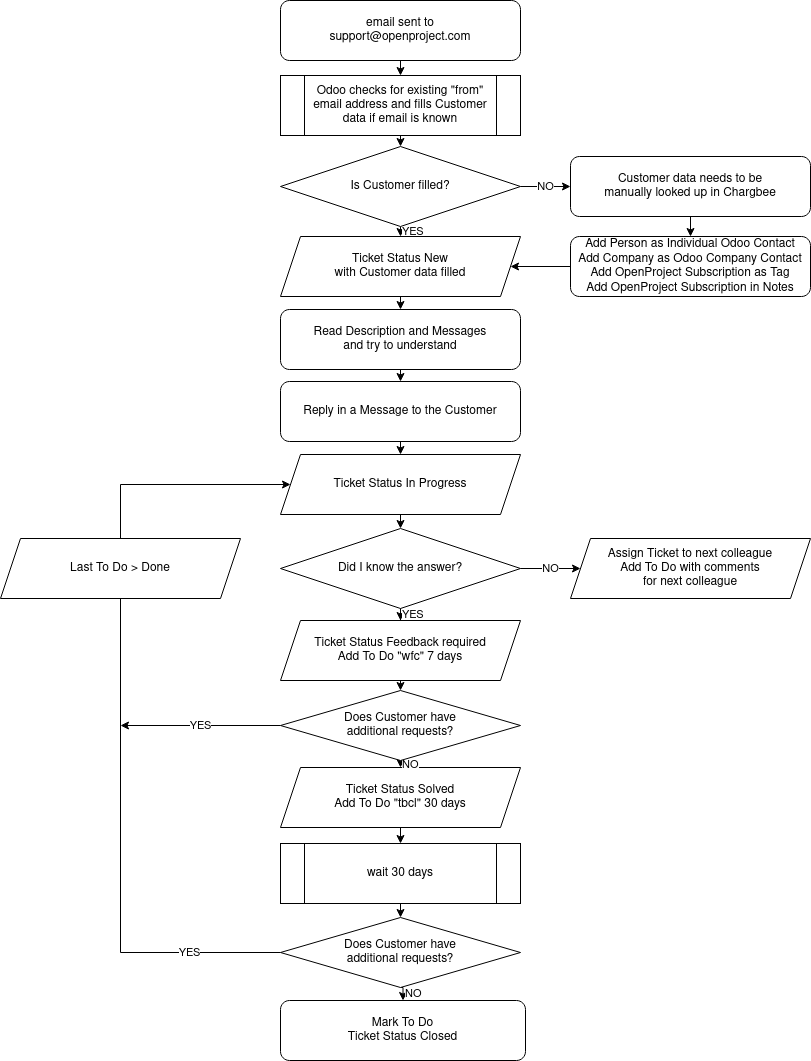
The draw.io diagram ticket-creation-by-email.drawio.png in adam-op/op-draw-io-storage, before a commit. Source tidied: cells renumbered, new cells last; positions are measured from the earlier drawing's top-left corner, leaving out a move shared by most shapes.
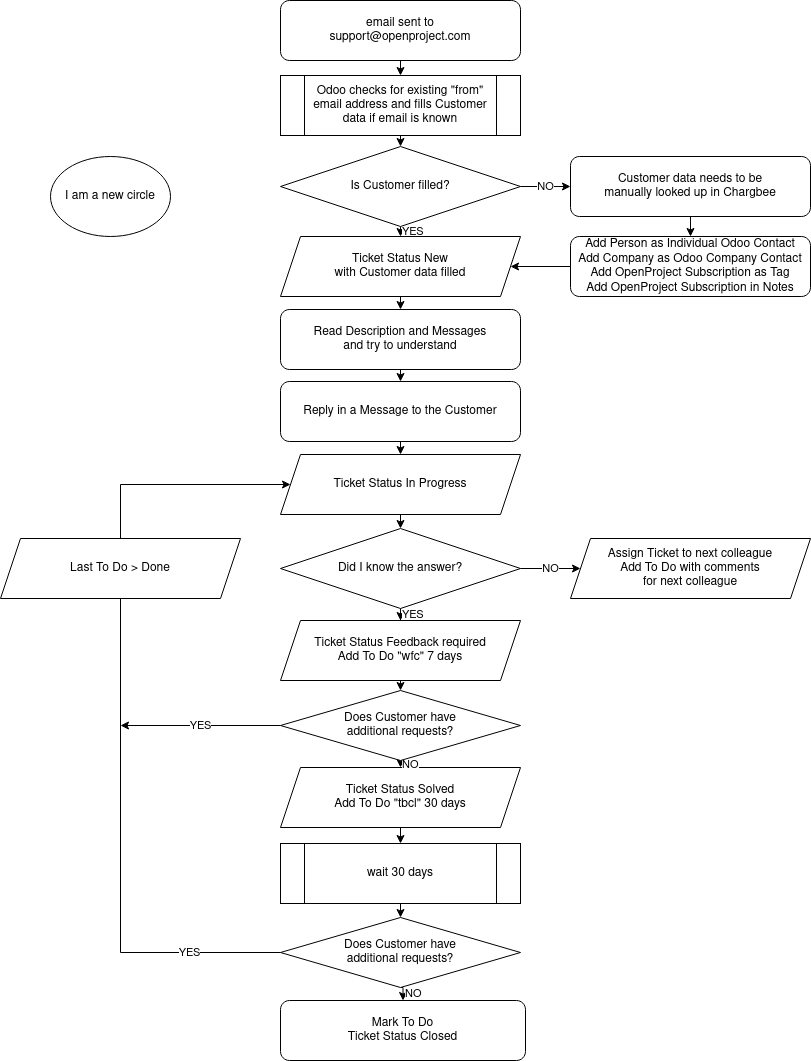
The same diagram one commit later.

The edit, as a diff of the source:
```diff
@@ -120,5 +120,8 @@
     <mxCell id="38" value="Last To Do &amp;gt; Done" style="shape=parallelogram;perimeter=parallelogramPerimeter;whiteSpace=wrap;html=1;fixedSize=1;" parent="1" vertex="1">
       <mxGeometry y="538" width="240" height="60" as="geometry" />
     </mxCell>
+    <mxCell id="39" value="I am a new circle" style="ellipse;whiteSpace=wrap;html=1;" parent="1" vertex="1">
+      <mxGeometry x="50" y="156" width="120" height="80" as="geometry" />
+    </mxCell>
   </root>
 </mxGraphModel>
```
